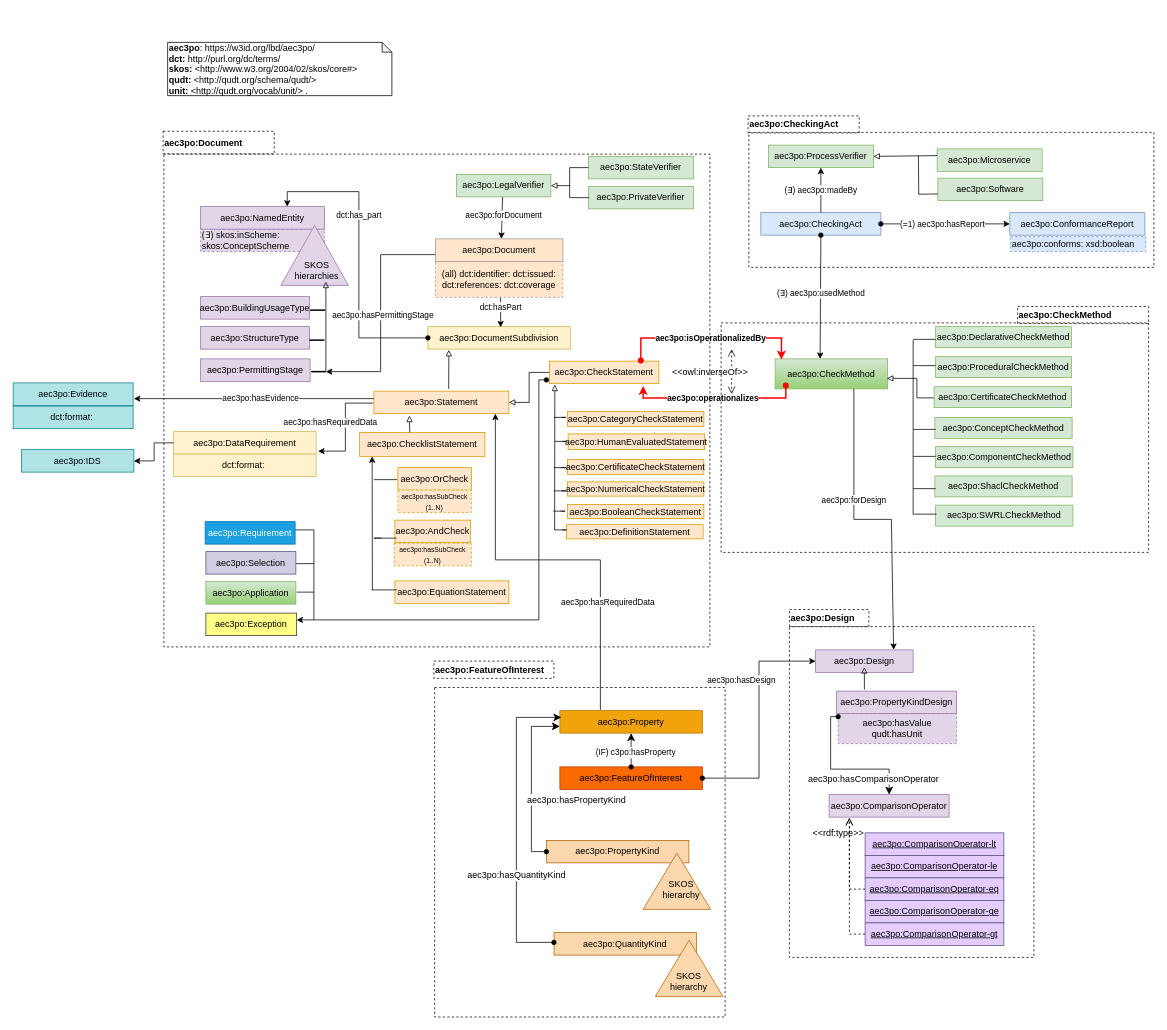
This is page "aec3po_v1.0.0" (12 of 14) of resources/aec3po.drawio from Accord-Project/aec3po, a draw.io file, before an edit. Source tidied: cells renumbered, new cells numbered last; positions are measured from the earlier drawing's top-left corner, leaving out a move shared by most shapes. Both pictures are drawn from the tidied source at 75%, with x=0, y=0 at pixel (13, 13).
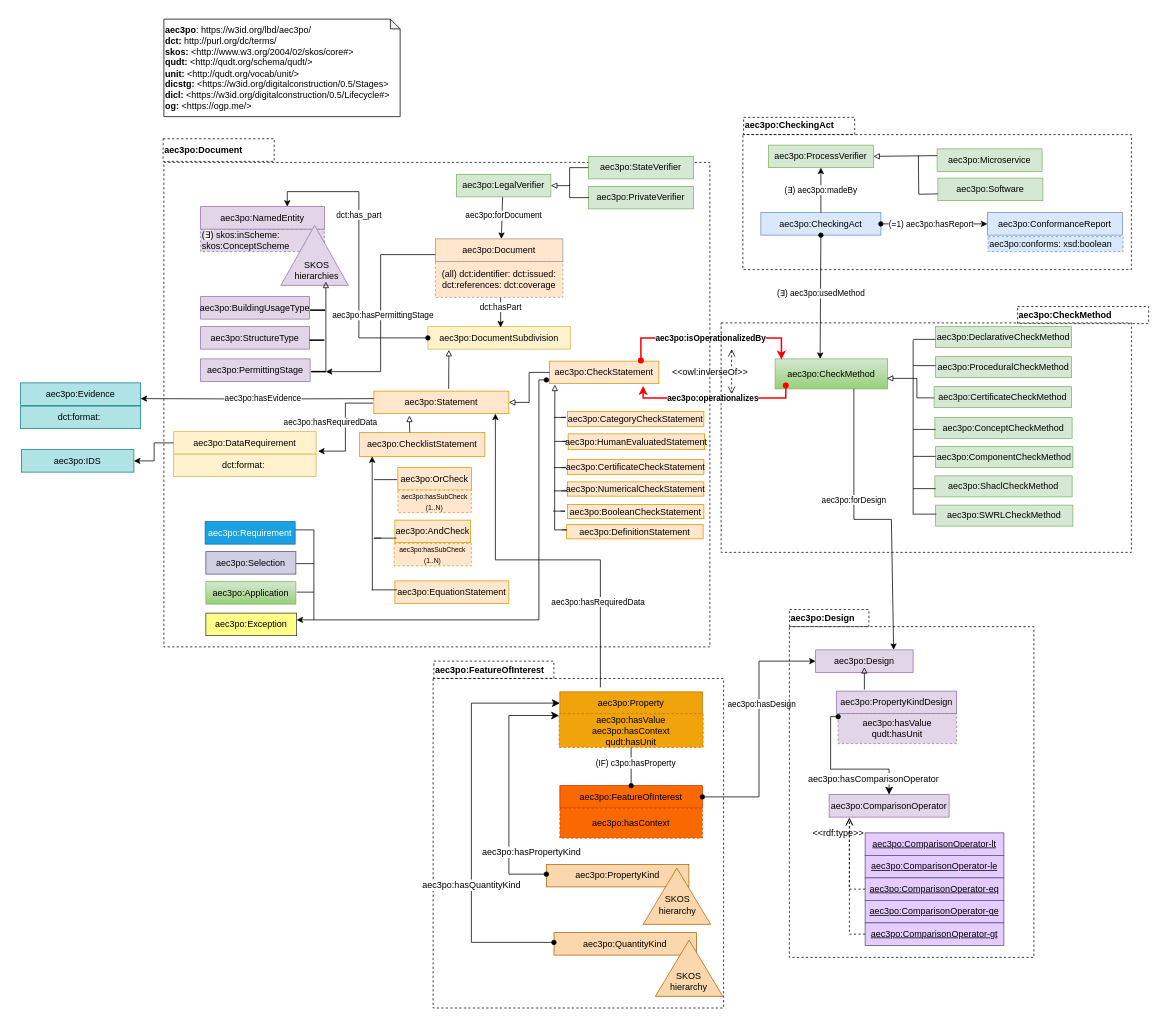
After the change.

Unchanged cells that the change refers to:
```xml
<mxCell id="7" value="aec3po:Statement" style="rounded=0;whiteSpace=wrap;html=1;snapToPoint=1;points=[[0.1,0],[0.2,0],[0.3,0],[0.4,0],[0.5,0],[0.6,0],[0.7,0],[0.8,0],[0.9,0],[0,0.1],[0,0.3],[0,0.5],[0,0.7],[0,0.9],[0.1,1],[0.2,1],[0.3,1],[0.4,1],[0.5,1],[0.6,1],[0.7,1],[0.8,1],[0.9,1],[1,0.1],[1,0.3],[1,0.5],[1,0.7],[1,0.9]];fillColor=#ffe6cc;strokeColor=#d79b00;" parent="1" vertex="1">
  <mxGeometry x="481" y="504" width="180" height="30" as="geometry" />
</mxCell>
<mxCell id="8" style="endArrow=classic;html=1;entryX=0.5;entryY=1;entryDx=0;entryDy=0;endSize=8;arcSize=0;rounded=0;startArrow=oval;startFill=1;exitX=0.5;exitY=0;exitDx=0;exitDy=0;" parent="1" edge="1" source="4" target="5">
  <mxGeometry relative="1" as="geometry" />
</mxCell>
<mxCell id="23" value="aec3po:CheckingAct" style="rounded=0;whiteSpace=wrap;html=1;snapToPoint=1;points=[[0.1,0],[0.2,0],[0.3,0],[0.4,0],[0.5,0],[0.6,0],[0.7,0],[0.8,0],[0.9,0],[0,0.1],[0,0.3],[0,0.5],[0,0.7],[0,0.9],[0.1,1],[0.2,1],[0.3,1],[0.4,1],[0.5,1],[0.6,1],[0.7,1],[0.8,1],[0.9,1],[1,0.1],[1,0.3],[1,0.5],[1,0.7],[1,0.9]];fillColor=#dae8fc;strokeColor=#6c8ebf;" parent="1" vertex="1">
  <mxGeometry x="997" y="266" width="160" height="30" as="geometry" />
</mxCell>
<mxCell id="31" style="rounded=0;jettySize=auto;html=1;startArrow=oval;startFill=1;endArrow=classic;endFill=1;entryX=0;entryY=0.5;entryDx=0;entryDy=0;edgeStyle=orthogonalEdgeStyle;exitX=1;exitY=0.5;exitDx=0;exitDy=0;" parent="1" edge="1" source="4" target="30">
  <mxGeometry x="0.34" y="-262" relative="1" as="geometry" />
</mxCell>
<mxCell id="33" style="group;" parent="1" vertex="1">
  <mxGeometry x="505" width="390" height="511" as="geometry" />
</mxCell>
```

The edit, as a diff of the source:
```diff
@@
     <mxCell id="2" style="group;" parent="1" vertex="1">
-      <mxGeometry x="582" y="900" width="370" height="438.5" as="geometry" />
+      <mxGeometry x="580" y="887" width="370" height="438.5" as="geometry" />
     </mxCell>
     <mxCell id="3" style="rounded=0;whiteSpace=wrap;html=1;fontSize=9;fillColor=none;dashed=1;" parent="2" vertex="1">
-      <mxGeometry x="-20" y="-0.8" width="387.3" height="439.3" as="geometry" />
+      <mxGeometry x="-20" y="0.2" width="387.3" height="439.3" as="geometry" />
     </mxCell>
     <mxCell id="4" value="aec3po:FeatureOfInterest" style="rounded=0;whiteSpace=wrap;html=1;snapToPoint=1;points=[[0.1,0],[0.2,0],[0.3,0],[0.4,0],[0.5,0],[0.6,0],[0.7,0],[0.8,0],[0.9,0],[0,0.1],[0,0.3],[0,0.5],[0,0.7],[0,0.9],[0.1,1],[0.2,1],[0.3,1],[0.4,1],[0.5,1],[0.6,1],[0.7,1],[0.8,1],[0.9,1],[1,0.1],[1,0.3],[1,0.5],[1,0.7],[1,0.9]];fillColor=#fa6800;fontColor=#000000;strokeColor=#C73500;" parent="1" vertex="1">
-      <mxGeometry x="729" y="1005" width="190" height="30" as="geometry" />
+      <mxGeometry x="729" y="1030" width="190" height="30" as="geometry" />
     </mxCell>
     <mxCell id="5" value="aec3po:Property" style="rounded=0;whiteSpace=wrap;html=1;snapToPoint=1;points=[[0.1,0],[0.2,0],[0.3,0],[0.4,0],[0.5,0],[0.6,0],[0.7,0],[0.8,0],[0.9,0],[0,0.1],[0,0.3],[0,0.5],[0,0.7],[0,0.9],[0.1,1],[0.2,1],[0.3,1],[0.4,1],[0.5,1],[0.6,1],[0.7,1],[0.8,1],[0.9,1],[1,0.1],[1,0.3],[1,0.5],[1,0.7],[1,0.9]];fillColor=#f0a30a;fontColor=#000000;strokeColor=#BD7000;" parent="1" vertex="1">
-      <mxGeometry x="729" y="930" width="190" height="30" as="geometry" />
+      <mxGeometry x="729" y="905" width="190" height="30" as="geometry" />
     </mxCell>
@@
     <mxCell id="9" value="&lt;div&gt;&lt;font style=&quot;font-size: 11px;&quot;&gt;(IF) c3po:hasProperty&lt;/font&gt;&lt;br&gt;&lt;/div&gt;" style="text;html=1;align=center;verticalAlign=middle;labelBackgroundColor=#ffffff;" parent="8" vertex="1">
       <mxGeometry x="-0.13" relative="1" as="geometry">
-        <mxPoint x="5" as="offset" />
+        <mxPoint x="5" y="10" as="offset" />
       </mxGeometry>
     </mxCell>
@@
-    <mxCell id="27" value="(=1) aec3po:hasReport" style="rounded=0;jettySize=auto;html=1;startArrow=oval;startFill=1;endArrow=classic;endFill=1;exitX=1;exitY=0.5;exitDx=0;exitDy=0;" parent="1" edge="1" source="23" target="28">
+    <mxCell id="27" value="(=1) aec3po:hasReport" style="rounded=0;jettySize=auto;html=1;startArrow=oval;startFill=1;endArrow=classic;endFill=1;exitX=1;exitY=0.5;exitDx=0;exitDy=0;edgeStyle=orthogonalEdgeStyle;" parent="1" edge="1" source="23" target="28">
       <mxGeometry x="-0.05" relative="1" as="geometry" />
     </mxCell>
     <mxCell id="28" value="aec3po:ConformanceReport" style="rounded=0;whiteSpace=wrap;html=1;snapToPoint=1;points=[[0.1,0],[0.2,0],[0.3,0],[0.4,0],[0.5,0],[0.6,0],[0.7,0],[0.8,0],[0.9,0],[0,0.1],[0,0.3],[0,0.5],[0,0.7],[0,0.9],[0.1,1],[0.2,1],[0.3,1],[0.4,1],[0.5,1],[0.6,1],[0.7,1],[0.8,1],[0.9,1],[1,0.1],[1,0.3],[1,0.5],[1,0.7],[1,0.9]];fillColor=#dae8fc;strokeColor=#6c8ebf;" parent="1" vertex="1">
-      <mxGeometry x="1329" y="266" width="180" height="30" as="geometry" />
+      <mxGeometry x="1299" y="266" width="180" height="30" as="geometry" />
     </mxCell>
     <mxCell id="29" value="aec3po:conforms: xsd:boolean" style="rounded=0;whiteSpace=wrap;html=1;fillColor=#dae8fc;strokeColor=#6c8ebf;align=left;dashed=1;" parent="1" vertex="1">
-      <mxGeometry x="1330" y="298" width="180" height="20" as="geometry" />
+      <mxGeometry x="1300" y="298" width="180" height="20" as="geometry" />
     </mxCell>
@@
     <mxCell id="32" value="aec3po:hasDesign" style="edgeLabel;html=1;align=center;verticalAlign=middle;" parent="31" vertex="1">
       <mxGeometry x="0.48" relative="1" as="geometry">
-        <mxPoint x="-24" y="20" as="offset" />
+        <mxPoint x="3" y="46" as="offset" />
       </mxGeometry>
     </mxCell>
@@
     <mxCell id="34" value="&lt;b&gt;&lt;font style=&quot;font-size: 12px;&quot;&gt;aec3po:Document&lt;/font&gt;&lt;/b&gt;" style="text;html=1;strokeColor=default;fillColor=none;align=left;verticalAlign=middle;whiteSpace=wrap;rounded=0;dashed=1;fontSize=9;" parent="33" vertex="1">
-      <mxGeometry x="-305" y="157.5" width="148.1" height="30.2" as="geometry" />
+      <mxGeometry x="-305" y="167.5" width="148.1" height="30.2" as="geometry" />
     </mxCell>
@@
     <mxCell id="40" value="&lt;b&gt;&lt;font style=&quot;font-size: 12px;&quot;&gt;aec3po:CheckingAct&lt;/font&gt;&lt;/b&gt;" style="text;html=1;strokeColor=default;fillColor=none;align=left;verticalAlign=middle;whiteSpace=wrap;rounded=0;dashed=1;fontSize=9;" parent="1" vertex="1">
-      <mxGeometry x="980" y="137" width="148.1" height="22.8" as="geometry" />
+      <mxGeometry x="974" y="139" width="148.1" height="22.8" as="geometry" />
     </mxCell>
@@
     <mxCell id="51" style="rounded=0;whiteSpace=wrap;html=1;fontSize=9;fillColor=none;dashed=1;" parent="1" vertex="1">
-      <mxGeometry x="981" y="159" width="540" height="180" as="geometry" />
+      <mxGeometry x="973" y="162" width="518" height="180" as="geometry" />
     </mxCell>
@@
     <mxCell id="64" style="rounded=0;whiteSpace=wrap;html=1;fontSize=9;fillColor=none;dashed=1;" parent="1" vertex="1">
-      <mxGeometry x="201" y="188" width="728" height="657" as="geometry" />
+      <mxGeometry x="201" y="199" width="728" height="646" as="geometry" />
     </mxCell>
     <mxCell id="65" style="endArrow=classic;html=1;rounded=0;labelBackgroundColor=default;strokeColor=default;fontFamily=Helvetica;fontSize=11;fontColor=default;shape=connector;edgeStyle=elbowEdgeStyle;elbow=vertical;entryX=0.9;entryY=1;entryDx=0;entryDy=0;" parent="1" edge="1" target="7">
       <mxGeometry relative="1" as="geometry">
-        <mxPoint x="783" y="929" as="sourcePoint" />
+        <mxPoint x="783" y="899" as="sourcePoint" />
         <Array as="points">
           <mxPoint x="721" y="729" />
         </Array>
       </mxGeometry>
     </mxCell>
@@
-    <mxCell id="79" style="edgeStyle=elbowEdgeStyle;rounded=0;orthogonalLoop=1;jettySize=auto;html=1;startArrow=none;startFill=0;endArrow=classic;endFill=1;exitX=0.1;exitY=1;exitDx=0;exitDy=0;" parent="1" edge="1">
+    <mxCell id="79" style="edgeStyle=orthogonalEdgeStyle;rounded=0;jettySize=auto;html=1;startArrow=none;startFill=0;endArrow=classic;endFill=1;exitX=0.1;exitY=1;exitDx=0;exitDy=0;entryX=1;entryY=0.7;entryDx=0;entryDy=0;" parent="1" edge="1" target="81">
       <mxGeometry relative="1" as="geometry">
         <mxPoint x="481" y="514" as="sourcePoint" />
-        <mxPoint x="161" y="514" as="targetPoint" />
       </mxGeometry>
     </mxCell>
@@
     <mxCell id="81" value="aec3po:Evidence" style="rounded=0;whiteSpace=wrap;html=1;snapToPoint=1;points=[[0.1,0],[0.2,0],[0.3,0],[0.4,0],[0.5,0],[0.6,0],[0.7,0],[0.8,0],[0.9,0],[0,0.1],[0,0.3],[0,0.5],[0,0.7],[0,0.9],[0.1,1],[0.2,1],[0.3,1],[0.4,1],[0.5,1],[0.6,1],[0.7,1],[0.8,1],[0.9,1],[1,0.1],[1,0.3],[1,0.5],[1,0.7],[1,0.9]];fillColor=#b0e3e6;strokeColor=#0e8088;" parent="1" vertex="1">
-      <mxGeometry y="493" width="160" height="30" as="geometry" />
+      <mxGeometry x="10" y="493" width="160" height="30" as="geometry" />
     </mxCell>
     <mxCell id="82" value="dct:format:&amp;nbsp;" style="rounded=0;whiteSpace=wrap;html=1;fillColor=#b0e3e6;strokeColor=#0e8088;" parent="1" vertex="1">
-      <mxGeometry y="524" width="160" height="30" as="geometry" />
+      <mxGeometry x="10" y="524" width="160" height="30" as="geometry" />
     </mxCell>
@@
     <mxCell id="97" style="rounded=0;whiteSpace=wrap;html=1;fontSize=9;fillColor=none;dashed=1;" parent="1" vertex="1">
-      <mxGeometry x="944" y="413" width="570" height="306" as="geometry" />
+      <mxGeometry x="944" y="413" width="547" height="306" as="geometry" />
     </mxCell>
@@
     <mxCell id="107" value="aec3po:PropertyKind" style="rounded=0;whiteSpace=wrap;html=1;snapToPoint=1;points=[[0.1,0],[0.2,0],[0.3,0],[0.4,0],[0.5,0],[0.6,0],[0.7,0],[0.8,0],[0.9,0],[0,0.1],[0,0.3],[0,0.5],[0,0.7],[0,0.9],[0.1,1],[0.2,1],[0.3,1],[0.4,1],[0.5,1],[0.6,1],[0.7,1],[0.8,1],[0.9,1],[1,0.1],[1,0.3],[1,0.5],[1,0.7],[1,0.9]];fillColor=#fad7ac;strokeColor=#b46504;" parent="1" vertex="1">
-      <mxGeometry x="711" y="1103" width="190" height="30" as="geometry" />
+      <mxGeometry x="711" y="1135" width="190" height="30" as="geometry" />
     </mxCell>
     <mxCell id="108" style="triangle;whiteSpace=wrap;html=1;rotation=-90;fillColor=#fad7ac;strokeColor=#b46504;" parent="1" vertex="1">
-      <mxGeometry x="847.5" y="1112.5" width="75" height="90" as="geometry" />
+      <mxGeometry x="847.5" y="1132.5" width="75" height="90" as="geometry" />
     </mxCell>
     <mxCell id="109" value="SKOS hierarchy" style="text;html=1;strokeColor=none;fillColor=none;align=center;verticalAlign=middle;whiteSpace=wrap;rounded=0;" parent="1" vertex="1">
-      <mxGeometry x="861" y="1153" width="60" height="30" as="geometry" />
+      <mxGeometry x="856" y="1174" width="60" height="30" as="geometry" />
     </mxCell>
-    <mxCell id="110" value="&lt;span style=&quot;color: rgb(0, 0, 0); font-family: Helvetica; font-size: 12px; font-style: normal; font-variant-ligatures: normal; font-variant-caps: normal; font-weight: 400; letter-spacing: normal; orphans: 2; text-align: center; text-indent: 0px; text-transform: none; widows: 2; word-spacing: 0px; -webkit-text-stroke-width: 0px; background-color: rgb(255, 255, 255); text-decoration-thickness: initial; text-decoration-style: initial; text-decoration-color: initial; float: none; display: inline !important;&quot;&gt;aec3po:hasPropertyKind&lt;/span&gt;" style="endArrow=classic;html=1;endSize=8;arcSize=0;rounded=0;startArrow=oval;startFill=1;edgeStyle=elbowEdgeStyle;exitX=0;exitY=0.5;exitDx=0;exitDy=0;entryX=0;entryY=0.7;entryDx=0;entryDy=0;" parent="1" edge="1" source="107" target="5">
-      <mxGeometry x="-0.21" y="-60" relative="1" as="geometry">
+    <mxCell id="110" value="&lt;span style=&quot;color: rgb(0, 0, 0); font-family: Helvetica; font-size: 12px; font-style: normal; font-variant-ligatures: normal; font-variant-caps: normal; font-weight: 400; letter-spacing: normal; orphans: 2; text-align: center; text-indent: 0px; text-transform: none; widows: 2; word-spacing: 0px; -webkit-text-stroke-width: 0px; background-color: rgb(255, 255, 255); text-decoration-thickness: initial; text-decoration-style: initial; text-decoration-color: initial; float: none; display: inline !important;&quot;&gt;aec3po:hasPropertyKind&lt;/span&gt;" style="endArrow=classic;html=1;endSize=8;arcSize=0;rounded=0;startArrow=oval;startFill=1;edgeStyle=elbowEdgeStyle;exitX=0;exitY=0.5;exitDx=0;exitDy=0;entryX=0;entryY=0.1;entryDx=0;entryDy=0;" parent="1" edge="1">
+      <mxGeometry x="-0.88" y="-29" relative="1" as="geometry">
+        <mxPoint x="711" y="1148" as="sourcePoint" />
+        <mxPoint x="728" y="936.5" as="targetPoint" />
         <Array as="points">
-          <mxPoint x="691" y="1056" />
+          <mxPoint x="661" y="1047" />
         </Array>
       </mxGeometry>
     </mxCell>
@@
-    <mxCell id="119" value="&lt;span style=&quot;color: rgb(0, 0, 0); font-family: Helvetica; font-size: 12px; font-style: normal; font-variant-ligatures: normal; font-variant-caps: normal; font-weight: 400; letter-spacing: normal; orphans: 2; text-align: center; text-indent: 0px; text-transform: none; widows: 2; word-spacing: 0px; -webkit-text-stroke-width: 0px; background-color: rgb(255, 255, 255); text-decoration-thickness: initial; text-decoration-style: initial; text-decoration-color: initial; float: none; display: inline !important;&quot;&gt;aec3po:hasQuantityKind&lt;/span&gt;" style="endArrow=classic;html=1;endSize=8;arcSize=0;rounded=0;startArrow=oval;startFill=1;edgeStyle=elbowEdgeStyle;" parent="1" edge="1">
+    <mxCell id="119" value="&lt;span style=&quot;color: rgb(0, 0, 0); font-family: Helvetica; font-size: 12px; font-style: normal; font-variant-ligatures: normal; font-variant-caps: normal; font-weight: 400; letter-spacing: normal; orphans: 2; text-align: center; text-indent: 0px; text-transform: none; widows: 2; word-spacing: 0px; -webkit-text-stroke-width: 0px; background-color: rgb(255, 255, 255); text-decoration-thickness: initial; text-decoration-style: initial; text-decoration-color: initial; float: none; display: inline !important;&quot;&gt;aec3po:hasQuantityKind&lt;/span&gt;" style="endArrow=classic;html=1;endSize=8;arcSize=0;rounded=0;startArrow=oval;startFill=1;edgeStyle=elbowEdgeStyle;entryX=0;entryY=0.5;entryDx=0;entryDy=0;" parent="1" edge="1" target="5">
       <mxGeometry x="-0.32" relative="1" as="geometry">
         <mxPoint x="721" y="1239" as="sourcePoint" />
-        <mxPoint x="731" y="939" as="targetPoint" />
         <Array as="points">
-          <mxPoint x="671" y="1089" />
+          <mxPoint x="611" y="1079" />
         </Array>
       </mxGeometry>
     </mxCell>
@@
-    <mxCell id="149" value="&lt;b&gt;aec3po&lt;/b&gt;&lt;span style=&quot;background-color: initial;&quot;&gt;: https://w3id.org/lbd/aec3po/&lt;/span&gt;&lt;b&gt;&lt;br&gt;&lt;/b&gt;&lt;b style=&quot;--tw-border-spacing-x: 0; --tw-border-spacing-y: 0; --tw-translate-x: 0; --tw-translate-y: 0; --tw-rotate: 0; --tw-skew-x: 0; --tw-skew-y: 0; --tw-scale-x: 1; --tw-scale-y: 1; --tw-pan-x: ; --tw-pan-y: ; --tw-pinch-zoom: ; --tw-scroll-snap-strictness: proximity; --tw-ordinal: ; --tw-slashed-zero: ; --tw-numeric-figure: ; --tw-numeric-spacing: ; --tw-numeric-fraction: ; --tw-ring-inset: ; --tw-ring-offset-width: 0px; --tw-ring-offset-color: #fff; --tw-ring-color: rgb(59 130 246 / 0.5); --tw-ring-offset-shadow: 0 0 #0000; --tw-ring-shadow: 0 0 #0000; --tw-shadow: 0 0 #0000; --tw-shadow-colored: 0 0 #0000; --tw-blur: ; --tw-brightness: ; --tw-contrast: ; --tw-grayscale: ; --tw-hue-rotate: ; --tw-invert: ; --tw-saturate: ; --tw-sepia: ; --tw-drop-shadow: ; --tw-backdrop-blur: ; --tw-backdrop-brightness: ; --tw-backdrop-contrast: ; --tw-backdrop-grayscale: ; --tw-backdrop-hue-rotate: ; --tw-backdrop-invert: ; --tw-backdrop-opacity: ; --tw-backdrop-saturate: ; --tw-backdrop-sepia: ; border-color: var(--border-color); background-color: initial;&quot;&gt;dct:&lt;/b&gt;&amp;nbsp;http://purl.org/dc/terms/&lt;b&gt;&lt;br&gt;skos:&lt;/b&gt; &amp;lt;http://www.w3.org/2004/02/skos/core#&amp;gt;&amp;nbsp;&lt;br&gt;&lt;b&gt;qudt:&lt;/b&gt; &amp;lt;http://qudt.org/schema/qudt/&amp;gt;&amp;nbsp;&lt;br&gt;&lt;b&gt;unit:&lt;/b&gt; &amp;lt;http://qudt.org/vocab/unit/&amp;gt; ." style="shape=note;whiteSpace=wrap;html=1;backgroundOutline=1;darkOpacity=0.05;size=13;align=left;" parent="1" vertex="1">
-      <mxGeometry x="206" y="39" width="299" height="71" as="geometry" />
+    <mxCell id="149" value="&lt;b&gt;aec3po&lt;/b&gt;&lt;span style=&quot;background-color: initial;&quot;&gt;: https://w3id.org/lbd/aec3po/&lt;/span&gt;&lt;b&gt;&lt;br&gt;&lt;/b&gt;&lt;b style=&quot;--tw-border-spacing-x: 0; --tw-border-spacing-y: 0; --tw-translate-x: 0; --tw-translate-y: 0; --tw-rotate: 0; --tw-skew-x: 0; --tw-skew-y: 0; --tw-scale-x: 1; --tw-scale-y: 1; --tw-pan-x: ; --tw-pan-y: ; --tw-pinch-zoom: ; --tw-scroll-snap-strictness: proximity; --tw-ordinal: ; --tw-slashed-zero: ; --tw-numeric-figure: ; --tw-numeric-spacing: ; --tw-numeric-fraction: ; --tw-ring-inset: ; --tw-ring-offset-width: 0px; --tw-ring-offset-color: #fff; --tw-ring-color: rgb(59 130 246 / 0.5); --tw-ring-offset-shadow: 0 0 #0000; --tw-ring-shadow: 0 0 #0000; --tw-shadow: 0 0 #0000; --tw-shadow-colored: 0 0 #0000; --tw-blur: ; --tw-brightness: ; --tw-contrast: ; --tw-grayscale: ; --tw-hue-rotate: ; --tw-invert: ; --tw-saturate: ; --tw-sepia: ; --tw-drop-shadow: ; --tw-backdrop-blur: ; --tw-backdrop-brightness: ; --tw-backdrop-contrast: ; --tw-backdrop-grayscale: ; --tw-backdrop-hue-rotate: ; --tw-backdrop-invert: ; --tw-backdrop-opacity: ; --tw-backdrop-saturate: ; --tw-backdrop-sepia: ; border-color: var(--border-color); background-color: initial;&quot;&gt;dct:&lt;/b&gt;&amp;nbsp;http://purl.org/dc/terms/&lt;b&gt;&lt;br&gt;skos:&lt;/b&gt; &amp;lt;http://www.w3.org/2004/02/skos/core#&amp;gt;&amp;nbsp;&lt;br&gt;&lt;b&gt;qudt:&lt;/b&gt; &amp;lt;http://qudt.org/schema/qudt/&amp;gt;&amp;nbsp;&lt;br&gt;&lt;b&gt;unit:&lt;/b&gt; &amp;lt;http://qudt.org/vocab/unit/&amp;gt;&lt;b&gt;&lt;br&gt;dicstg:&lt;/b&gt; &amp;lt;https://w3id.org/digitalconstruction/0.5/Stages&amp;gt;&lt;br&gt;&lt;b&gt;dicl:&lt;/b&gt; &amp;lt;https://w3id.org/digitalconstruction/0.5/Lifecycle#&amp;gt;&lt;br&gt;&lt;b&gt;og:&lt;/b&gt; &amp;lt;https://ogp.me/&amp;gt;" style="shape=note;whiteSpace=wrap;html=1;backgroundOutline=1;darkOpacity=0.05;size=13;align=left;" parent="1" vertex="1">
+      <mxGeometry x="201" y="8" width="315" height="130" as="geometry" />
     </mxCell>
@@
+    <mxCell id="152" value="aec3po:hasContext" style="rounded=0;whiteSpace=wrap;html=1;dashed=1;fillColor=#fa6800;strokeColor=#C73500;fontColor=#000000;" parent="1" vertex="1">
+      <mxGeometry x="729" y="1060" width="190" height="40" as="geometry" />
+    </mxCell>
+    <mxCell id="153" value="aec3po:hasValue&lt;br&gt;aec3po:hasContext&lt;br&gt;qudt:hasUnit" style="rounded=0;whiteSpace=wrap;html=1;dashed=1;fillColor=#f0a30a;strokeColor=#BD7000;fontColor=#000000;" parent="1" vertex="1">
+      <mxGeometry x="728" y="934" width="192" height="45" as="geometry" />
+    </mxCell>
```
